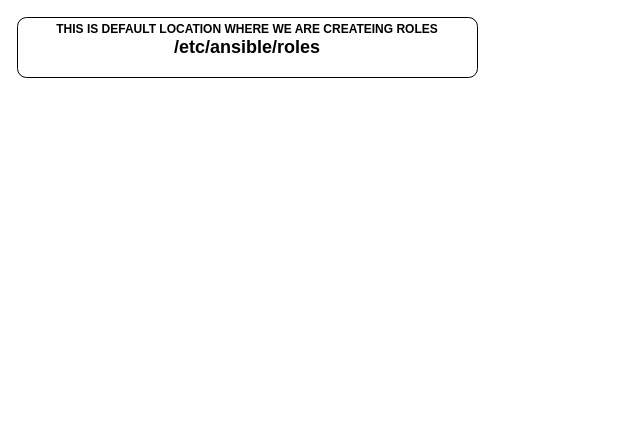
This is online@rola1.drawio from ashisnishanka/Ansible, a draw.io file, before an edit. Source tidied: cells renumbered, new cells numbered last; positions are measured from the earlier drawing's top-left corner, leaving out a move shared by most shapes. Both pictures are drawn from the tidied source at 100%, with x=0, y=0 at pixel (17, 17).
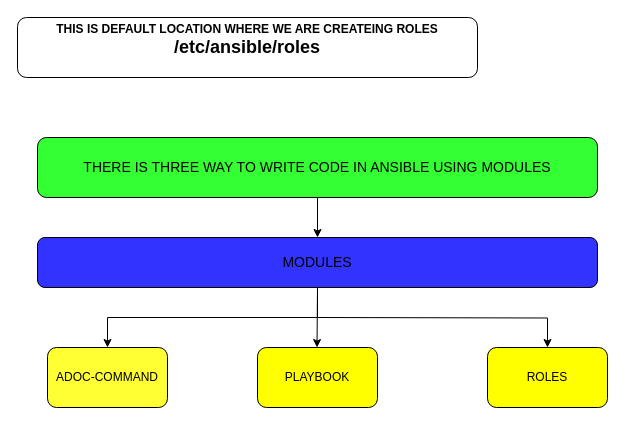
The same diagram, later.

What changed in the source:
```diff
@@
 <mxGraphModel>
   <root>
     <mxCell id="0" />
     <mxCell id="1" parent="0" />
     <mxCell id="2" value="&lt;b&gt;THIS IS DEFAULT LOCATION WHERE WE ARE CREATEING ROLES&lt;br&gt;&lt;/b&gt;&lt;div&gt;&lt;font style=&quot;font-size: 18px&quot;&gt;&lt;b&gt;/etc/ansible/roles&lt;/b&gt;&lt;/font&gt;&lt;/div&gt;&lt;div&gt;&lt;br&gt;&lt;/div&gt;" style="rounded=1;whiteSpace=wrap;html=1;" parent="1" vertex="1">
       <mxGeometry width="460" height="60" as="geometry" />
     </mxCell>
+    <mxCell id="3" style="edgeStyle=orthogonalEdgeStyle;rounded=0;jettySize=auto;html=1;" parent="1" edge="1" source="4" target="9">
+      <mxGeometry relative="1" as="geometry" />
+    </mxCell>
+    <mxCell id="4" value="&lt;font style=&quot;font-size: 14px&quot;&gt;THERE IS THREE WAY TO WRITE CODE IN ANSIBLE USING MODULES&lt;/font&gt;" style="rounded=1;whiteSpace=wrap;html=1;fillColor=#33FF33;" parent="1" vertex="1">
+      <mxGeometry x="20" y="120" width="560" height="60" as="geometry" />
+    </mxCell>
+    <mxCell id="5" value="ADOC-COMMAND" style="rounded=1;whiteSpace=wrap;html=1;fillColor=#FFFF33;" parent="1" vertex="1">
+      <mxGeometry x="30" y="330" width="120" height="60" as="geometry" />
+    </mxCell>
+    <mxCell id="6" value="PLAYBOOK" style="rounded=1;whiteSpace=wrap;html=1;fillColor=#FFFF00;" parent="1" vertex="1">
+      <mxGeometry x="240" y="330" width="120" height="60" as="geometry" />
+    </mxCell>
+    <mxCell id="7" value="ROLES" style="rounded=1;whiteSpace=wrap;html=1;fillColor=#FFFF00;" parent="1" vertex="1">
+      <mxGeometry x="470" y="330" width="120" height="60" as="geometry" />
+    </mxCell>
+    <mxCell id="8" style="edgeStyle=orthogonalEdgeStyle;rounded=0;jettySize=auto;html=1;entryX=0.5;entryY=0;entryDx=0;entryDy=0;" parent="1" edge="1" source="9" target="5">
+      <mxGeometry relative="1" as="geometry" />
+    </mxCell>
+    <mxCell id="9" value="&lt;font style=&quot;font-size: 14px&quot;&gt;MODULES&lt;/font&gt;" style="rounded=1;whiteSpace=wrap;html=1;fillColor=#3333FF;" parent="1" vertex="1">
+      <mxGeometry x="20" y="220" width="560" height="50" as="geometry" />
+    </mxCell>
+    <mxCell id="10" style="edgeStyle=orthogonalEdgeStyle;rounded=0;jettySize=auto;html=1;exitX=0.5;exitY=1;exitDx=0;exitDy=0;" parent="1" edge="1" source="9">
+      <mxGeometry relative="1" as="geometry">
+        <mxPoint x="299.5" y="330" as="targetPoint" />
+      </mxGeometry>
+    </mxCell>
+    <mxCell id="11" style="edgeStyle=orthogonalEdgeStyle;rounded=0;jettySize=auto;html=1;entryX=0.5;entryY=0;entryDx=0;entryDy=0;" parent="1" edge="1" target="7">
+      <mxGeometry relative="1" as="geometry">
+        <mxPoint x="300" y="300" as="sourcePoint" />
+      </mxGeometry>
+    </mxCell>
   </root>
 </mxGraphModel>
```
